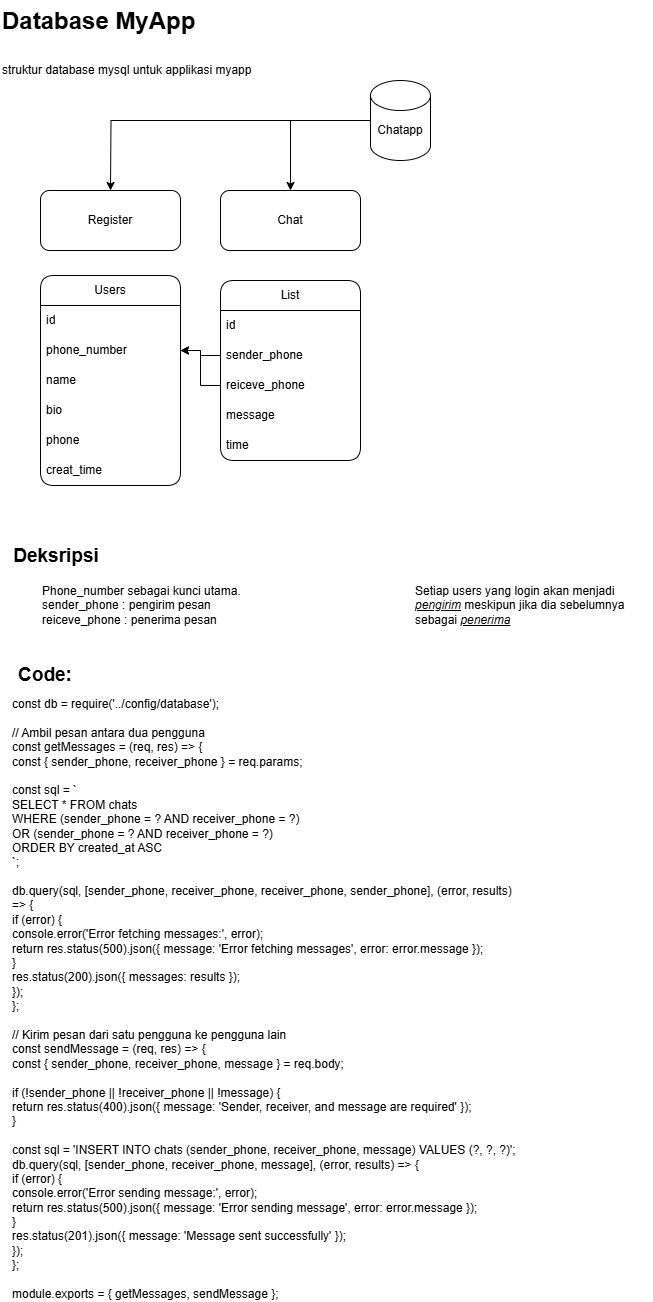
NaufalAdityaAkbar/Database-ExpressJS_MyApp keeps this draw.io diagram as Database Struktur MyApp.drawio.png. Above is the earlier version. Source tidied: cells renumbered, new cells last; positions are measured from the earlier drawing's top-left corner, leaving out a move shared by most shapes.
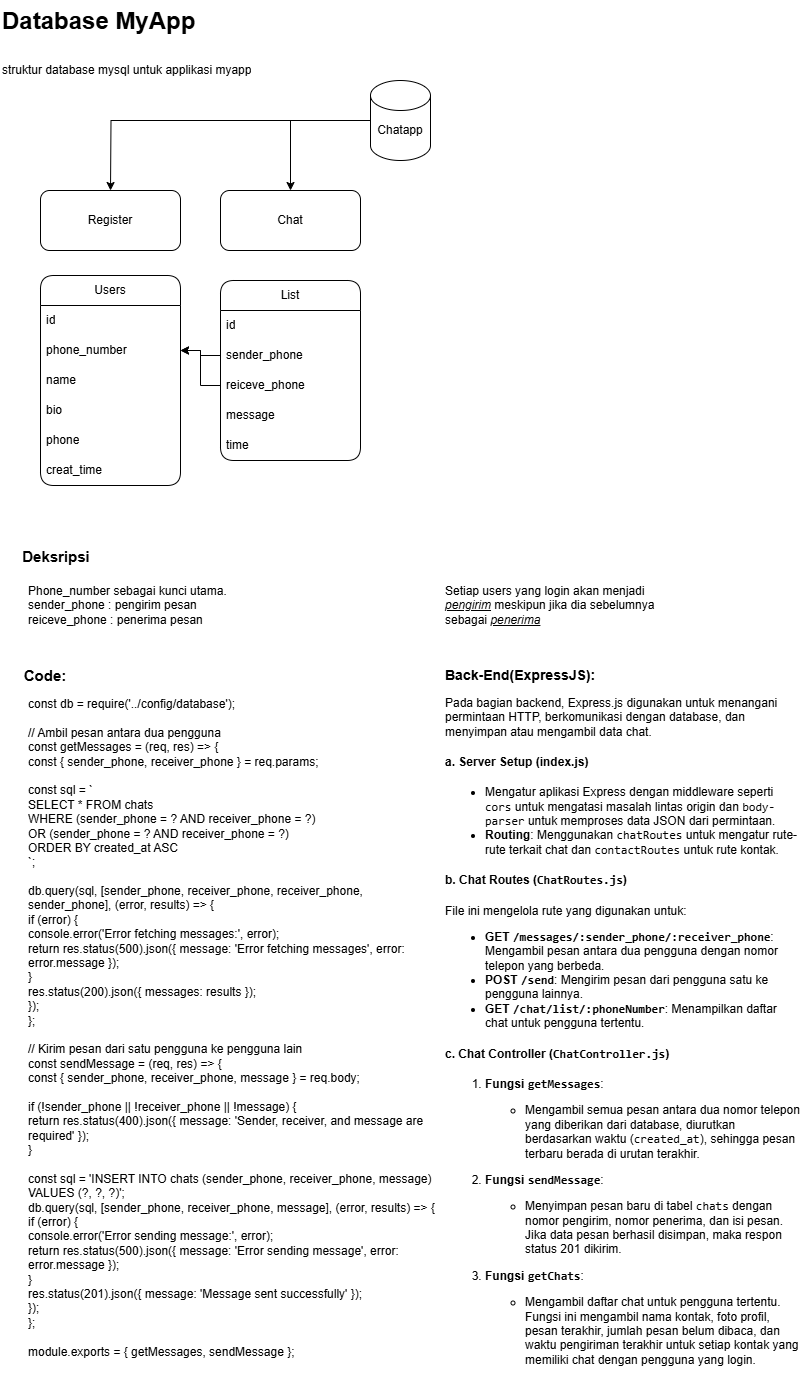
The same file after the commit.

Diff of the diagram source:
```diff
@@ -87,22 +87,25 @@
       </mxGeometry>
     </mxCell>
     <mxCell id="26" value="Phone_number sebagai kunci utama.&lt;br&gt;sender_phone : pengirim pesan&lt;br&gt;reiceve_phone : penerima pesan" style="text;html=1;align=left;verticalAlign=middle;whiteSpace=wrap;rounded=0;" parent="1" vertex="1">
-      <mxGeometry x="40" y="585" width="240" height="40" as="geometry" />
+      <mxGeometry x="26" y="585" width="240" height="40" as="geometry" />
     </mxCell>
-    <mxCell id="27" value="&lt;b&gt;&lt;font style=&quot;font-size: 19px;&quot;&gt;Deksripsi&lt;/font&gt;&lt;/b&gt;" style="text;html=1;align=center;verticalAlign=middle;whiteSpace=wrap;rounded=0;" parent="1" vertex="1">
+    <mxCell id="27" value="&lt;b&gt;&lt;font style=&quot;font-size: 15px;&quot;&gt;Deksripsi&lt;/font&gt;&lt;/b&gt;" style="text;html=1;align=center;verticalAlign=middle;whiteSpace=wrap;rounded=0;" parent="1" vertex="1">
       <mxGeometry x="26" y="541" width="60" height="30" as="geometry" />
     </mxCell>
     <mxCell id="28" value="Setiap users yang login akan menjadi &lt;i&gt;&lt;u&gt;pengirim&lt;/u&gt;&lt;/i&gt; meskipun jika dia sebelumnya sebagai &lt;i&gt;&lt;u&gt;penerima&lt;/u&gt;&lt;/i&gt;" style="text;html=1;align=left;verticalAlign=middle;whiteSpace=wrap;rounded=0;" parent="1" vertex="1">
-      <mxGeometry x="413" y="585" width="240" height="40" as="geometry" />
+      <mxGeometry x="443" y="585" width="240" height="40" as="geometry" />
     </mxCell>
     <mxCell id="29" style="edgeStyle=orthogonalEdgeStyle;rounded=0;jettySize=auto;html=1;entryX=1;entryY=0.5;entryDx=0;entryDy=0;" parent="1" edge="1" source="13" target="20">
       <mxGeometry relative="1" as="geometry" />
     </mxCell>
-    <mxCell id="30" value="&lt;b&gt;&lt;font style=&quot;font-size: 19px;&quot;&gt;Code:&lt;/font&gt;&lt;/b&gt;" style="text;html=1;align=center;verticalAlign=middle;whiteSpace=wrap;rounded=0;" parent="1" vertex="1">
+    <mxCell id="30" value="&lt;b&gt;&lt;font style=&quot;font-size: 15px;&quot;&gt;Code:&lt;/font&gt;&lt;/b&gt;" style="text;html=1;align=center;verticalAlign=middle;whiteSpace=wrap;rounded=0;" parent="1" vertex="1">
       <mxGeometry x="10" y="660" width="70" height="30" as="geometry" />
     </mxCell>
     <mxCell id="31" value="const db = require('../config/database');&#10;&#10;// Ambil pesan antara dua pengguna&#10;const getMessages = (req, res) =&gt; {&#10;    const { sender_phone, receiver_phone } = req.params;&#10;&#10;    const sql = `&#10;        SELECT * FROM chats&#10;        WHERE (sender_phone = ? AND receiver_phone = ?) &#10;        OR (sender_phone = ? AND receiver_phone = ?)&#10;        ORDER BY created_at ASC&#10;    `;&#10;&#10;    db.query(sql, [sender_phone, receiver_phone, receiver_phone, sender_phone], (error, results) =&gt; {&#10;        if (error) {&#10;            console.error('Error fetching messages:', error);&#10;            return res.status(500).json({ message: 'Error fetching messages', error: error.message });&#10;        }&#10;        res.status(200).json({ messages: results });&#10;    });&#10;};&#10;&#10;// Kirim pesan dari satu pengguna ke pengguna lain&#10;const sendMessage = (req, res) =&gt; {&#10;    const { sender_phone, receiver_phone, message } = req.body;&#10;&#10;    if (!sender_phone || !receiver_phone || !message) {&#10;        return res.status(400).json({ message: 'Sender, receiver, and message are required' });&#10;    }&#10;&#10;    const sql = 'INSERT INTO chats (sender_phone, receiver_phone, message) VALUES (?, ?, ?)';&#10;    db.query(sql, [sender_phone, receiver_phone, message], (error, results) =&gt; {&#10;        if (error) {&#10;            console.error('Error sending message:', error);&#10;            return res.status(500).json({ message: 'Error sending message', error: error.message });&#10;        }&#10;        res.status(201).json({ message: 'Message sent successfully' });&#10;    });&#10;};&#10;&#10;module.exports = { getMessages, sendMessage };" style="text;whiteSpace=wrap;html=1;" parent="1" vertex="1">
-      <mxGeometry x="10" y="690" width="510" height="590" as="geometry" />
+      <mxGeometry x="26" y="690" width="414" height="700" as="geometry" />
     </mxCell>
+    <mxCell id="32" value="&lt;h1 style=&quot;margin-top: 0px; font-size: 14px;&quot;&gt;Back-End(ExpressJS):&lt;/h1&gt;&lt;p&gt;Pada bagian backend, Express.js digunakan untuk menangani permintaan HTTP, berkomunikasi dengan database, dan menyimpan atau mengambil data chat.&lt;/p&gt;&lt;h4&gt;a. &lt;strong&gt;Server Setup (index.js)&lt;/strong&gt;&lt;/h4&gt;&lt;ul&gt;&lt;li&gt;Mengatur aplikasi Express dengan middleware seperti &lt;code&gt;cors&lt;/code&gt; untuk mengatasi masalah lintas origin dan &lt;code&gt;body-parser&lt;/code&gt; untuk memproses data JSON dari permintaan.&lt;/li&gt;&lt;li&gt;&lt;strong&gt;Routing&lt;/strong&gt;: Menggunakan &lt;code&gt;chatRoutes&lt;/code&gt; untuk mengatur rute-rute terkait chat dan &lt;code&gt;contactRoutes&lt;/code&gt; untuk rute kontak.&lt;/li&gt;&lt;/ul&gt;&lt;h4&gt;b. &lt;strong&gt;Chat Routes (&lt;code&gt;ChatRoutes.js&lt;/code&gt;)&lt;/strong&gt;&lt;/h4&gt;&lt;p&gt;File ini mengelola rute yang digunakan untuk:&lt;/p&gt;&lt;ul&gt;&lt;li&gt;&lt;strong&gt;GET &lt;code&gt;/messages/:sender_phone/:receiver_phone&lt;/code&gt;&lt;/strong&gt;: Mengambil pesan antara dua pengguna dengan nomor telepon yang berbeda.&lt;/li&gt;&lt;li&gt;&lt;strong&gt;POST &lt;code&gt;/send&lt;/code&gt;&lt;/strong&gt;: Mengirim pesan dari pengguna satu ke pengguna lainnya.&lt;/li&gt;&lt;li&gt;&lt;strong&gt;GET &lt;code&gt;/chat/list/:phoneNumber&lt;/code&gt;&lt;/strong&gt;: Menampilkan daftar chat untuk pengguna tertentu.&lt;/li&gt;&lt;/ul&gt;&lt;h4&gt;c. &lt;strong&gt;Chat Controller (&lt;code&gt;ChatController.js&lt;/code&gt;)&lt;/strong&gt;&lt;/h4&gt;&lt;ol&gt;&lt;li&gt;&lt;p&gt;&lt;strong&gt;Fungsi &lt;code&gt;getMessages&lt;/code&gt;&lt;/strong&gt;:&lt;/p&gt;&lt;ul&gt;&lt;li&gt;Mengambil semua pesan antara dua nomor telepon yang diberikan dari database, diurutkan berdasarkan waktu (&lt;code&gt;created_at&lt;/code&gt;), sehingga pesan terbaru berada di urutan terakhir.&lt;/li&gt;&lt;/ul&gt;&lt;/li&gt;&lt;li&gt;&lt;p&gt;&lt;strong&gt;Fungsi &lt;code&gt;sendMessage&lt;/code&gt;&lt;/strong&gt;:&lt;/p&gt;&lt;ul&gt;&lt;li&gt;Menyimpan pesan baru di tabel &lt;code&gt;chats&lt;/code&gt; dengan nomor pengirim, nomor penerima, dan isi pesan. Jika data pesan berhasil disimpan, maka respon status 201 dikirim.&lt;/li&gt;&lt;/ul&gt;&lt;/li&gt;&lt;li&gt;&lt;p&gt;&lt;strong&gt;Fungsi &lt;code&gt;getChats&lt;/code&gt;&lt;/strong&gt;:&lt;/p&gt;&lt;ul&gt;&lt;li&gt;Mengambil daftar chat untuk pengguna tertentu. Fungsi ini mengambil nama kontak, foto profil, pesan terakhir, jumlah pesan belum dibaca, dan waktu pengiriman terakhir untuk setiap kontak yang memiliki chat dengan pengguna yang login.&lt;/li&gt;&lt;/ul&gt;&lt;/li&gt;&lt;/ol&gt;" style="text;html=1;whiteSpace=wrap;overflow=hidden;rounded=0;" parent="1" vertex="1">
+      <mxGeometry x="443" y="660" width="357" height="720" as="geometry" />
+    </mxCell>
   </root>
 </mxGraphModel>
```
